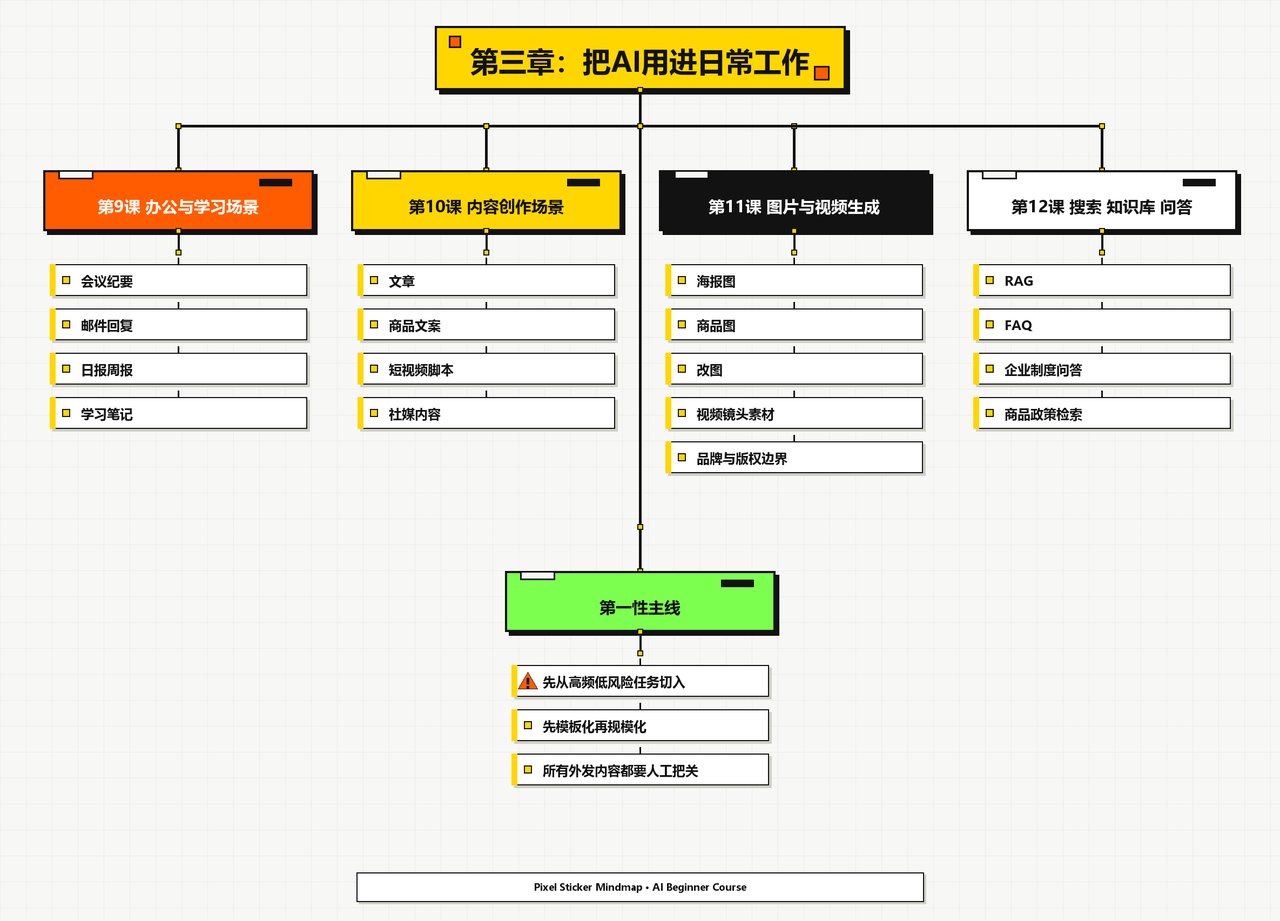
Above: chapter-03-work-mindmap.png in locooooooooo/ai-beginner-course (Mermaid), before the change. Its source is kept beside it as chapter-03-work-mindmap.mmd.
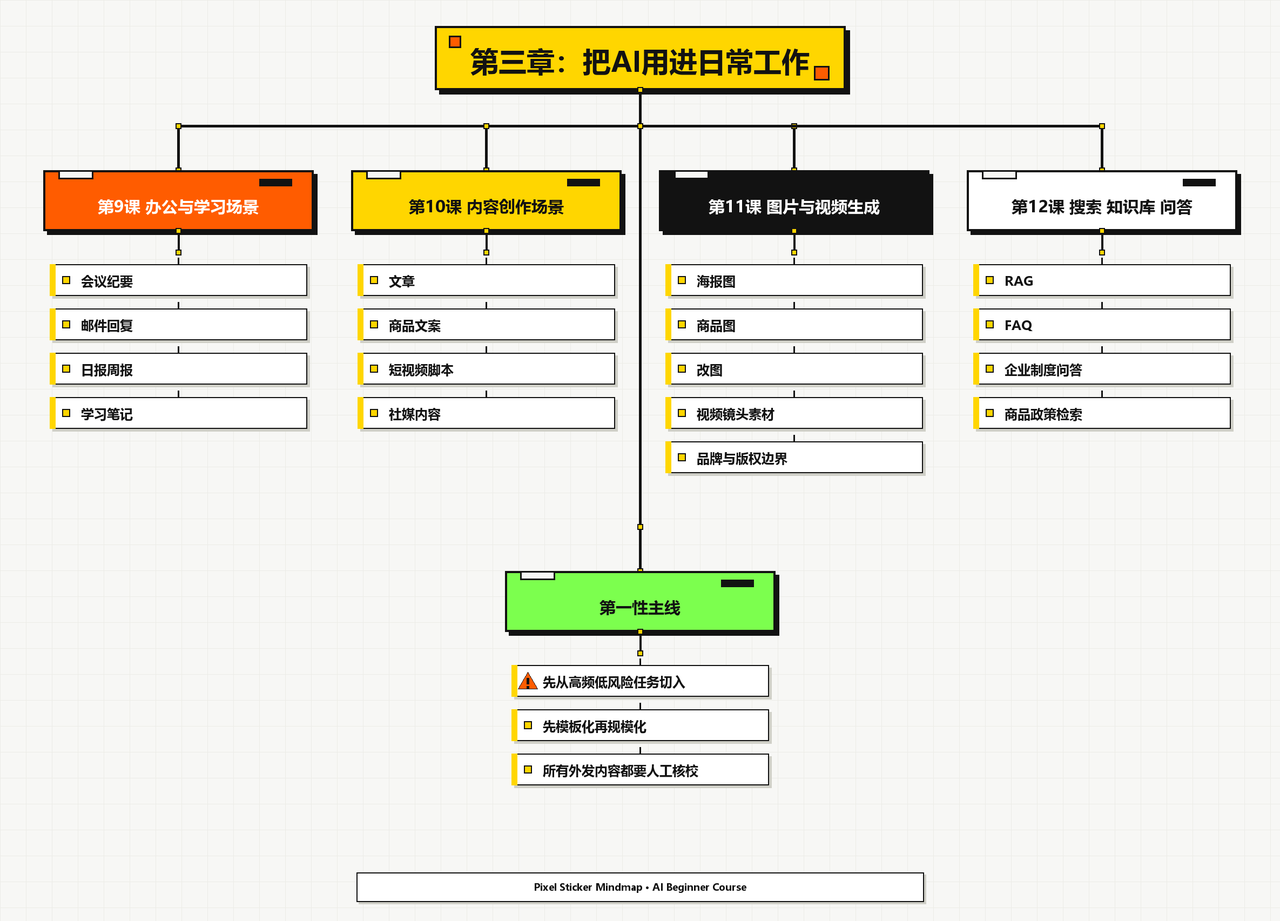
The same diagram one commit later.

The edit, as a diff of the source:
```diff
@@ -24,4 +24,4 @@
     第一性主线
       先从高频低风险任务切入
       先模板化再规模化
-      所有外发内容都要人工把关
+      所有外发内容都要人工核校
```
